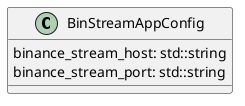
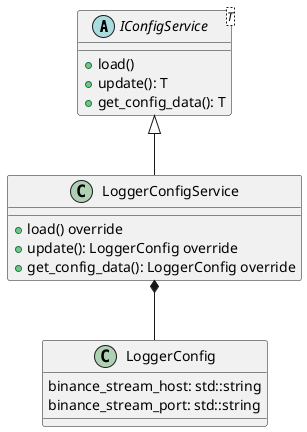
@startuml
- class BinStreamAppConfig
+ 
+ abstract class IConfigService<T>
+ {
+     +load()
+     +update(): T
+     +get_config_data(): T
+ }
+ 
+ class LoggerConfig
{
    binance_stream_host: std::string
    binance_stream_port: std::string
}
+ 
+ class LoggerConfigService
+ {
+     +load() override
+     +update(): LoggerConfig override
+     +get_config_data(): LoggerConfig override
+ }
+ 
+ IConfigService <|-- LoggerConfigService
+ LoggerConfigService *-- LoggerConfig
+ 
@enduml